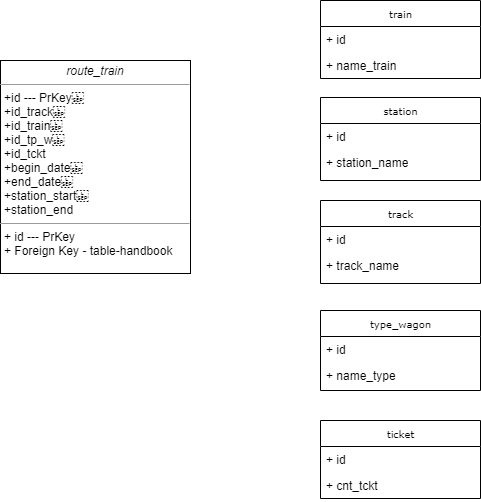
Above: концептуальная модель.png in rezelput/TrainOrgnz (draw.io), before the change. Source tidied: cells renumbered, new cells last; positions are measured from the earlier drawing's top-left corner, leaving out a move shared by most shapes.
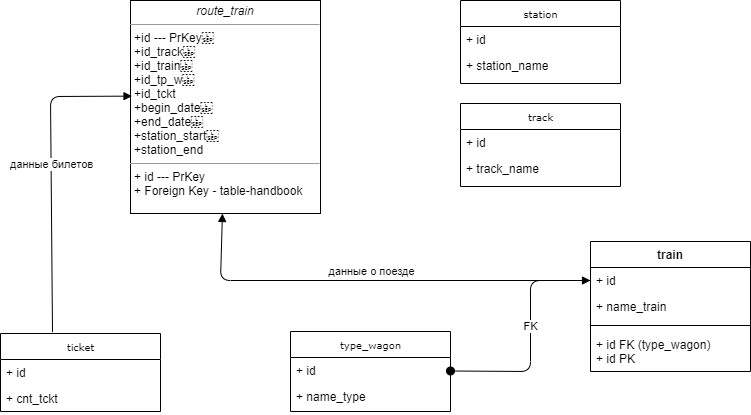
Above is the later version.

Diff of the diagram source:
```diff
@@ -3,23 +3,23 @@
     <mxCell id="0" />
     <mxCell id="1" parent="0" />
     <mxCell id="2" value="type_wagon" style="swimlane;html=1;fontStyle=0;horizontal=1;startSize=26;fillColor=none;swimlaneFillColor=#ffffff;rounded=0;shadow=0;comic=0;labelBackgroundColor=none;strokeWidth=1;fontFamily=Verdana;fontSize=10;align=center;" parent="1" vertex="1">
-      <mxGeometry x="320" y="310" width="160" height="80" as="geometry" />
+      <mxGeometry x="150" y="428" width="160" height="80" as="geometry" />
     </mxCell>
     <mxCell id="3" value="+ id" style="text;html=1;strokeColor=none;fillColor=none;align=left;verticalAlign=top;spacingLeft=4;spacingRight=4;whiteSpace=wrap;overflow=hidden;" parent="2" vertex="1">
       <mxGeometry y="26" width="160" height="26" as="geometry" />
     </mxCell>
+    <mxCell id="18" value="FK" style="html=1;verticalAlign=bottom;startArrow=oval;startFill=1;endArrow=block;startSize=8;entryX=0;entryY=0.5;entryDx=0;entryDy=0;" parent="2" edge="1" target="6">
+      <mxGeometry relative="1" as="geometry">
+        <mxPoint x="160" y="39.5" as="sourcePoint" />
+        <Array as="points">
+          <mxPoint x="240" y="40" />
+          <mxPoint x="240" y="-51" />
+        </Array>
+      </mxGeometry>
+    </mxCell>
     <mxCell id="4" value="+ name_type" style="text;html=1;strokeColor=none;fillColor=none;align=left;verticalAlign=top;spacingLeft=4;spacingRight=4;whiteSpace=wrap;overflow=hidden;" parent="2" vertex="1">
       <mxGeometry y="52" width="160" height="26" as="geometry" />
     </mxCell>
-    <mxCell id="5" value="train" style="swimlane;html=1;fontStyle=0;horizontal=1;startSize=26;fillColor=none;swimlaneFillColor=#ffffff;rounded=0;shadow=0;comic=0;labelBackgroundColor=none;strokeWidth=1;fontFamily=Verdana;fontSize=10;align=center;" parent="1" vertex="1">
-      <mxGeometry x="320" width="160" height="78" as="geometry" />
-    </mxCell>
-    <mxCell id="6" value="+ id" style="text;html=1;strokeColor=none;fillColor=none;align=left;verticalAlign=top;spacingLeft=4;spacingRight=4;whiteSpace=wrap;overflow=hidden;points=[[0,0.5],[1,0.5]];portConstraint=eastwest;" parent="5" vertex="1">
-      <mxGeometry y="26" width="160" height="26" as="geometry" />
-    </mxCell>
-    <mxCell id="7" value="+ name_train" style="text;html=1;strokeColor=none;fillColor=none;align=left;verticalAlign=top;spacingLeft=4;spacingRight=4;whiteSpace=wrap;overflow=hidden;" parent="5" vertex="1">
-      <mxGeometry y="52" width="160" height="26" as="geometry" />
-    </mxCell>
     <mxCell id="8" value="station" style="swimlane;html=1;fontStyle=0;horizontal=1;startSize=26;fillColor=none;swimlaneFillColor=#ffffff;rounded=0;shadow=0;comic=0;labelBackgroundColor=none;strokeWidth=1;fontFamily=Verdana;fontSize=10;align=center;" parent="1" vertex="1">
       <mxGeometry x="320" y="97" width="160" height="83" as="geometry" />
     </mxCell>
@@ -39,10 +39,10 @@
       <mxGeometry y="52" width="160" height="26" as="geometry" />
     </mxCell>
     <mxCell id="14" value="&lt;p style=&quot;margin: 0px ; margin-top: 4px ; text-align: center&quot;&gt;&lt;i&gt;route_train&lt;/i&gt;&lt;/p&gt;&lt;hr size=&quot;1&quot;&gt;&lt;p style=&quot;margin: 0px ; margin-left: 4px&quot;&gt;+i&lt;span&gt;d --- PrKey &lt;/span&gt;&lt;/p&gt;&lt;p style=&quot;margin: 0px ; margin-left: 4px&quot;&gt;&lt;span&gt;+id_track &lt;/span&gt;&lt;/p&gt;&lt;p style=&quot;margin: 0px ; margin-left: 4px&quot;&gt;&lt;span&gt;+id_train &lt;/span&gt;&lt;/p&gt;&lt;p style=&quot;margin: 0px ; margin-left: 4px&quot;&gt;&lt;span&gt;+id_tp_w &lt;/span&gt;&lt;/p&gt;&lt;p style=&quot;margin: 0px ; margin-left: 4px&quot;&gt;&lt;span&gt;+id_tckt&lt;/span&gt;&lt;/p&gt;&lt;p style=&quot;margin: 0px ; margin-left: 4px&quot;&gt;+begin_date &lt;/p&gt;&lt;p style=&quot;margin: 0px ; margin-left: 4px&quot;&gt;+end_date &lt;/p&gt;&lt;p style=&quot;margin: 0px ; margin-left: 4px&quot;&gt;+station_start &lt;/p&gt;&lt;p style=&quot;margin: 0px ; margin-left: 4px&quot;&gt;+station_end&lt;/p&gt;&lt;hr size=&quot;1&quot;&gt;&lt;p style=&quot;margin: 0px ; margin-left: 4px&quot;&gt;+ id --- PrKey&lt;br&gt;+ Foreign Key - table-handbook&amp;nbsp;&lt;/p&gt;" style="verticalAlign=top;align=left;overflow=fill;fontSize=12;fontFamily=Helvetica;html=1;rounded=0;shadow=0;comic=0;labelBackgroundColor=none;strokeWidth=1;" parent="1" vertex="1">
-      <mxGeometry y="60" width="190" height="213" as="geometry" />
+      <mxGeometry x="-10" y="97" width="190" height="213" as="geometry" />
     </mxCell>
     <mxCell id="15" value="ticket" style="swimlane;html=1;fontStyle=0;horizontal=1;startSize=26;fillColor=none;swimlaneFillColor=#ffffff;rounded=0;shadow=0;comic=0;labelBackgroundColor=none;strokeWidth=1;fontFamily=Verdana;fontSize=10;align=center;" parent="1" vertex="1">
-      <mxGeometry x="320" y="420" width="160" height="78" as="geometry" />
+      <mxGeometry x="-140" y="430" width="160" height="78" as="geometry" />
     </mxCell>
     <mxCell id="16" value="+ id" style="text;html=1;strokeColor=none;fillColor=none;align=left;verticalAlign=top;spacingLeft=4;spacingRight=4;whiteSpace=wrap;overflow=hidden;" parent="15" vertex="1">
       <mxGeometry y="26" width="160" height="26" as="geometry" />
@@ -50,5 +50,34 @@
     <mxCell id="17" value="+ cnt_tckt" style="text;html=1;strokeColor=none;fillColor=none;align=left;verticalAlign=top;spacingLeft=4;spacingRight=4;whiteSpace=wrap;overflow=hidden;" parent="15" vertex="1">
       <mxGeometry y="52" width="160" height="26" as="geometry" />
     </mxCell>
+    <mxCell id="5" value="train" style="swimlane;fontStyle=1;align=center;verticalAlign=top;horizontal=1;startSize=26;" parent="1" vertex="1">
+      <mxGeometry x="450" y="338" width="160" height="130" as="geometry" />
+    </mxCell>
+    <mxCell id="6" value="+ id" style="text;html=1;strokeColor=none;fillColor=none;align=left;verticalAlign=top;spacingLeft=4;spacingRight=4;whiteSpace=wrap;overflow=hidden;points=[[0,0.5],[1,0.5]];portConstraint=eastwest;" parent="5" vertex="1">
+      <mxGeometry y="26" width="160" height="26" as="geometry" />
+    </mxCell>
+    <mxCell id="7" value="+ name_train" style="text;html=1;strokeColor=none;fillColor=none;align=left;verticalAlign=top;spacingLeft=4;spacingRight=4;whiteSpace=wrap;overflow=hidden;" parent="5" vertex="1">
+      <mxGeometry y="52" width="160" height="26" as="geometry" />
+    </mxCell>
+    <mxCell id="19" style="line;strokeWidth=1;fillColor=none;align=left;verticalAlign=middle;spacingTop=-1;spacingLeft=3;spacingRight=3;labelPosition=right;" parent="5" vertex="1">
+      <mxGeometry y="78" width="160" height="12" as="geometry" />
+    </mxCell>
+    <mxCell id="20" value="+ id FK (type_wagon)&#10;+ id PK" style="text;strokeColor=none;fillColor=none;align=left;verticalAlign=top;spacingLeft=4;spacingRight=4;overflow=hidden;" parent="5" vertex="1">
+      <mxGeometry y="90" width="160" height="40" as="geometry" />
+    </mxCell>
+    <mxCell id="21" value="данные о поезде" style="html=1;verticalAlign=bottom;endArrow=block;exitX=0;exitY=0.5;exitDx=0;exitDy=0;" parent="1" edge="1" source="6" target="14">
+      <mxGeometry relative="1" as="geometry">
+        <Array as="points">
+          <mxPoint x="80" y="377" />
+        </Array>
+      </mxGeometry>
+    </mxCell>
+    <mxCell id="22" value="данные билетов" style="html=1;verticalAlign=bottom;endArrow=block;exitX=0.325;exitY=-0.018;exitDx=0;exitDy=0;exitPerimeter=0;entryX=0.008;entryY=0.449;entryDx=0;entryDy=0;entryPerimeter=0;" parent="1" edge="1" source="15" target="14">
+      <mxGeometry relative="1" as="geometry">
+        <Array as="points">
+          <mxPoint x="-90" y="193" />
+        </Array>
+      </mxGeometry>
+    </mxCell>
   </root>
 </mxGraphModel>
```
